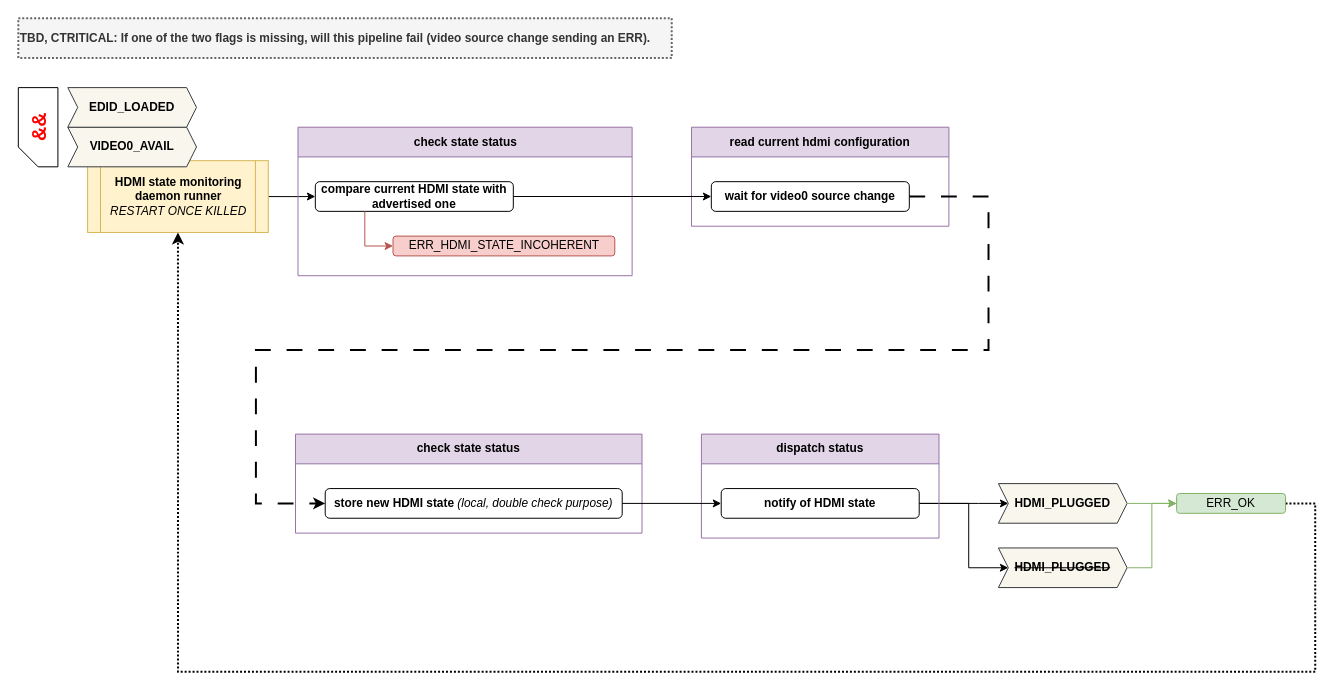
repeact/embedded-sw keeps this draw.io diagram as page "hdmi-state-daemon" (5 of 10) of docs/arch/arch.drawio. Above is the earlier version. Source tidied: cells renumbered, new cells numbered last; positions are measured from the earlier drawing's top-left corner, leaving out a move shared by most shapes. Both pictures are drawn from the tidied source at 99%, with x=0, y=0 at pixel (-2, 18).
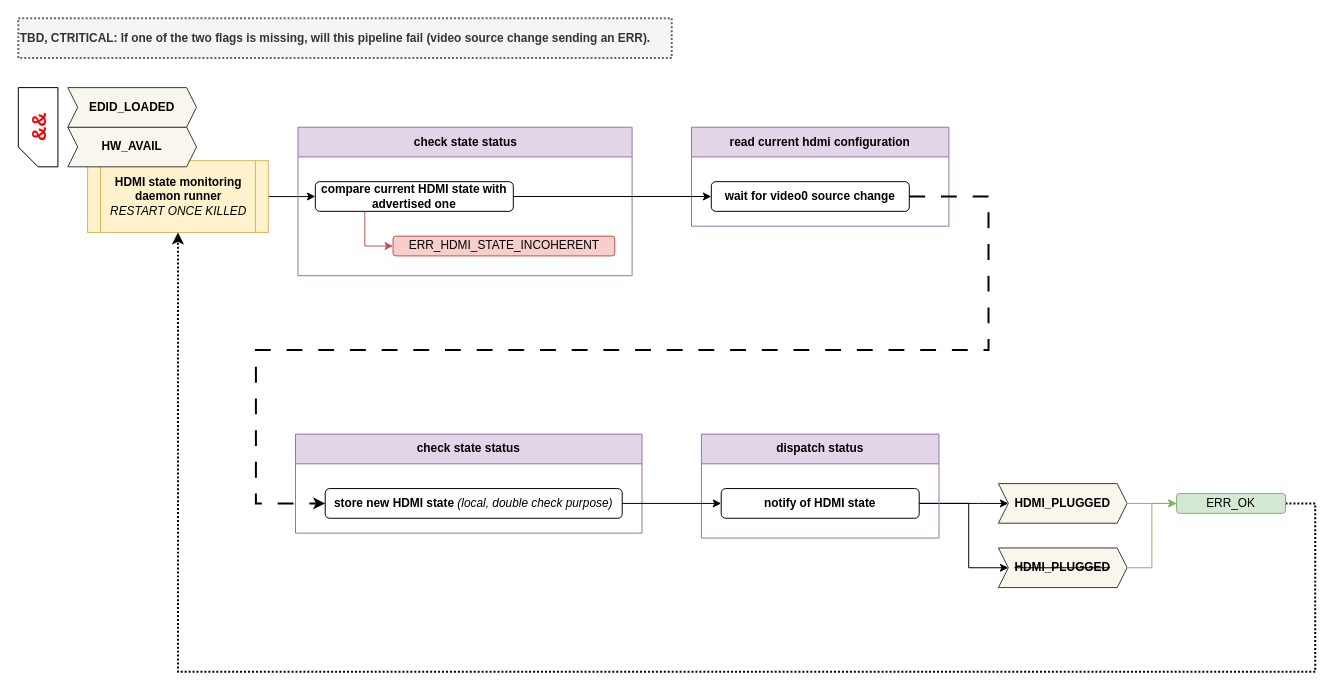
The same page after the edit.

Commit message (it also covers changes not shown here):
docs(arch): simplify VIDEO0_AVAIL flag to HW_AVAIL

This commit also embeds some renaming on the hw status notifier arch.

What changed in the source:
```diff
@@
-    <mxCell id="4" value="&lt;b&gt;VIDEO0_AVAIL&lt;/b&gt;" style="shape=step;perimeter=stepPerimeter;whiteSpace=wrap;html=1;fixedSize=1;size=10;fillColor=#f9f7ed;strokeColor=#36393d;" parent="1" vertex="1">
+    <mxCell id="4" value="&lt;b&gt;HW_AVAIL&lt;/b&gt;" style="shape=step;perimeter=stepPerimeter;whiteSpace=wrap;html=1;fixedSize=1;size=10;fillColor=#f9f7ed;strokeColor=#36393d;" parent="1" vertex="1">
       <mxGeometry x="70" y="110" width="130" height="40" as="geometry" />
     </mxCell>
```
